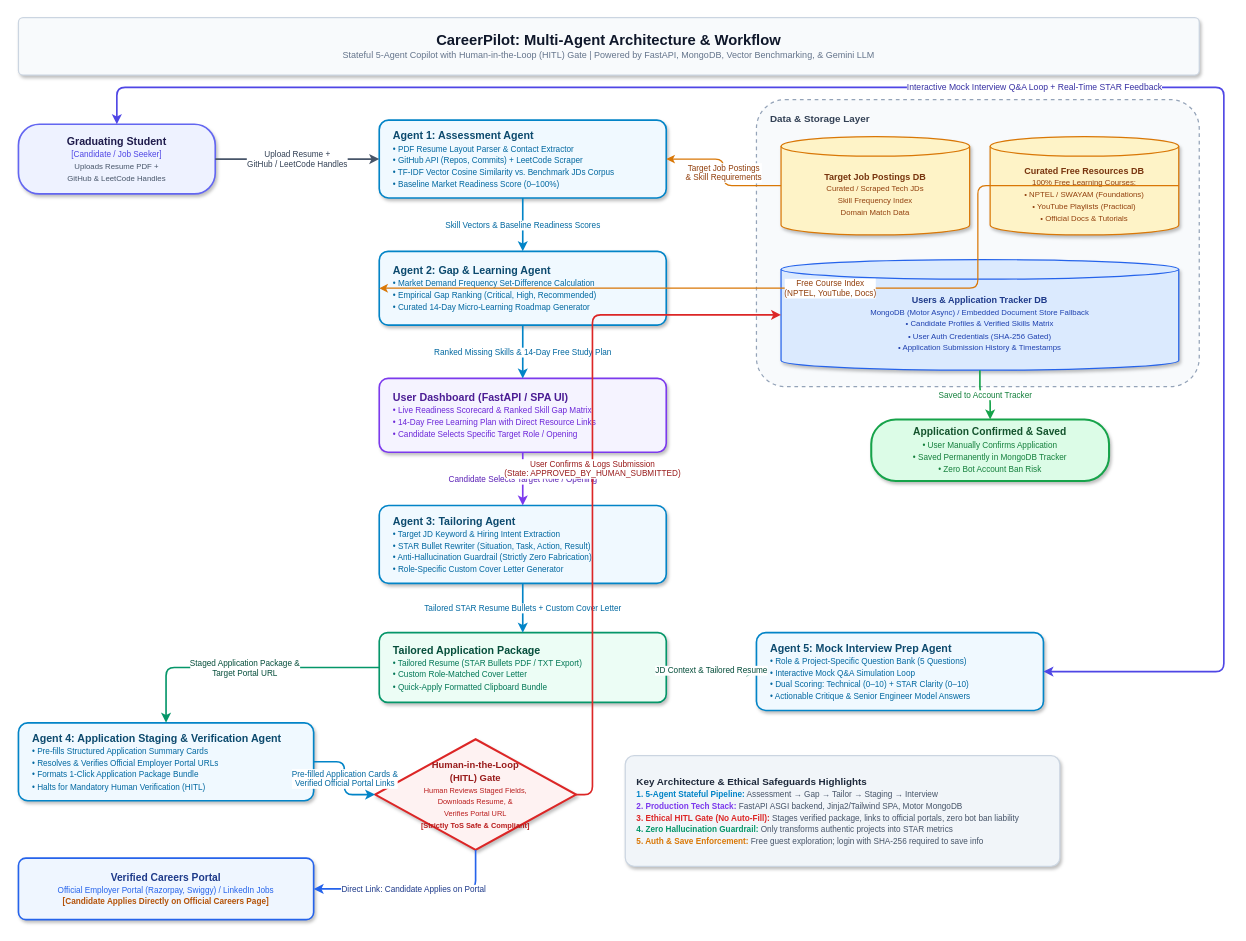
The draw.io diagram docs/careerpilot_architecture.drawio in anvitha-45/careerpilot, before the edit. Source tidied: cells renumbered, new cells numbered last; positions are measured from the earlier drawing's top-left corner, leaving out a move shared by most shapes. Both pictures are drawn from the tidied source at 82%, with x=0, y=0 at pixel (18, 17).
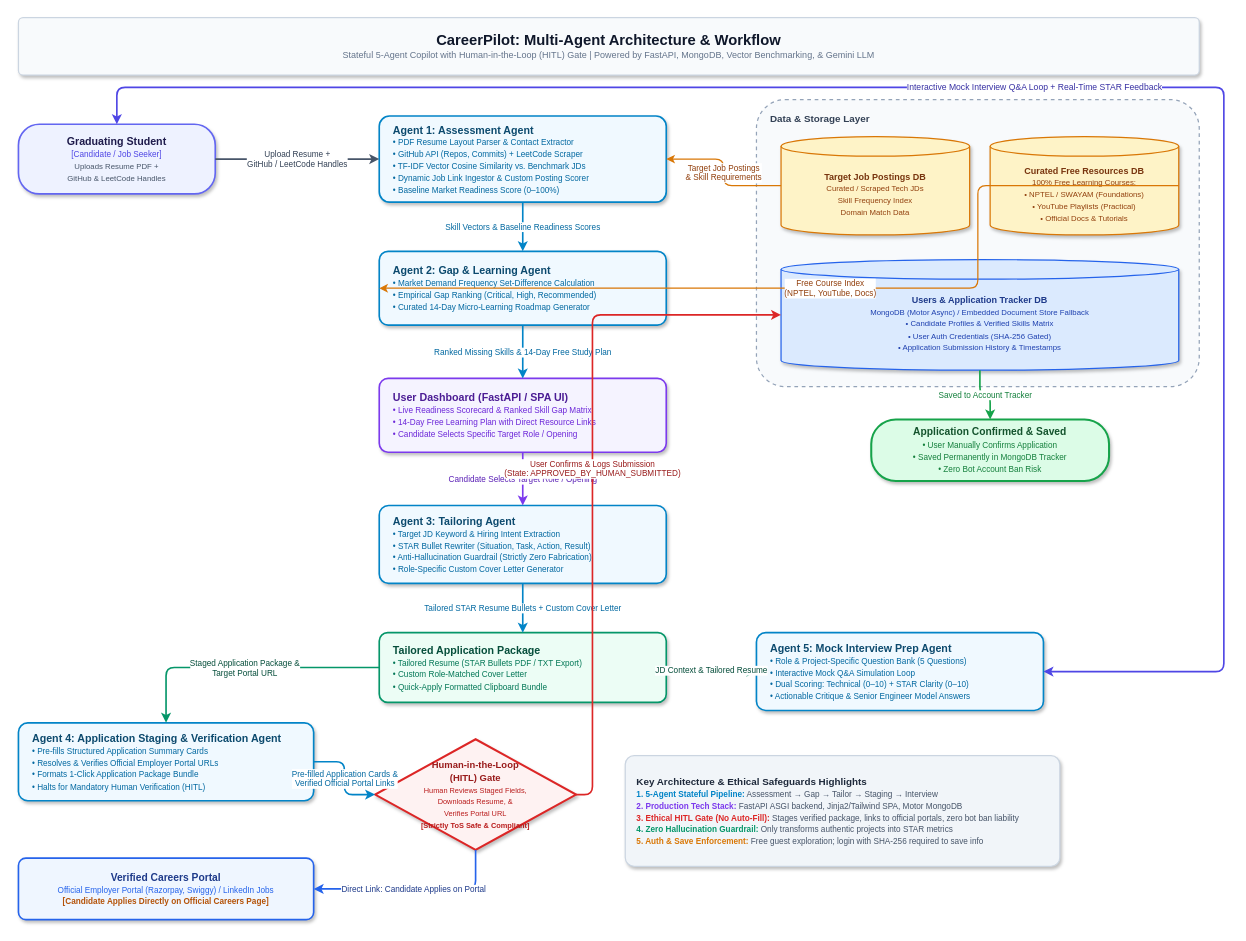
The same diagram, later.

Commit message (it also covers changes not shown here):
feat: add user-provided job link and text ingestion with automated requirement extraction and profile matching

Diff of the diagram source:
```diff
@@
-    <mxCell id="8" value="&lt;b style='font-size:13px;color:#0C4A6E;'&gt;Agent 1: Assessment Agent&lt;/b&gt;&lt;br&gt;&lt;span style='font-size:10px;color:#0369A1;'&gt;&amp;bull; PDF Resume Layout Parser &amp;amp; Contact Extractor&lt;br&gt;&amp;bull; GitHub API (Repos, Commits) + LeetCode Scraper&lt;br&gt;&amp;bull; TF-IDF Vector Cosine Similarity vs. Benchmark JDs Corpus&lt;br&gt;&amp;bull; Baseline Market Readiness Score (0–100%)&lt;/span&gt;" style="rounded=1;whiteSpace=wrap;html=1;arcSize=12;fillColor=#F0F9FF;strokeColor=#0284C7;strokeWidth=2;align=left;verticalAlign=middle;spacingLeft=15;shadow=1;" parent="1" vertex="1">
-      <mxGeometry x="440" y="125" width="350" height="95" as="geometry" />
+    <mxCell id="8" value="&lt;b style='font-size:13px;color:#0C4A6E;'&gt;Agent 1: Assessment Agent&lt;/b&gt;&lt;br&gt;&lt;span style='font-size:10px;color:#0369A1;'&gt;&amp;bull; PDF Resume Layout Parser &amp;amp; Contact Extractor&lt;br&gt;&amp;bull; GitHub API (Repos, Commits) + LeetCode Scraper&lt;br&gt;&amp;bull; TF-IDF Vector Cosine Similarity vs. Benchmark JDs&lt;br&gt;&amp;bull; Dynamic Job Link Ingestor &amp;amp; Custom Posting Scorer&lt;br&gt;&amp;bull; Baseline Market Readiness Score (0–100%)&lt;/span&gt;" style="rounded=1;whiteSpace=wrap;html=1;arcSize=12;fillColor=#F0F9FF;strokeColor=#0284C7;strokeWidth=2;align=left;verticalAlign=middle;spacingLeft=15;shadow=1;" parent="1" vertex="1">
+      <mxGeometry x="440" y="120" width="350" height="105" as="geometry" />
     </mxCell>
```
